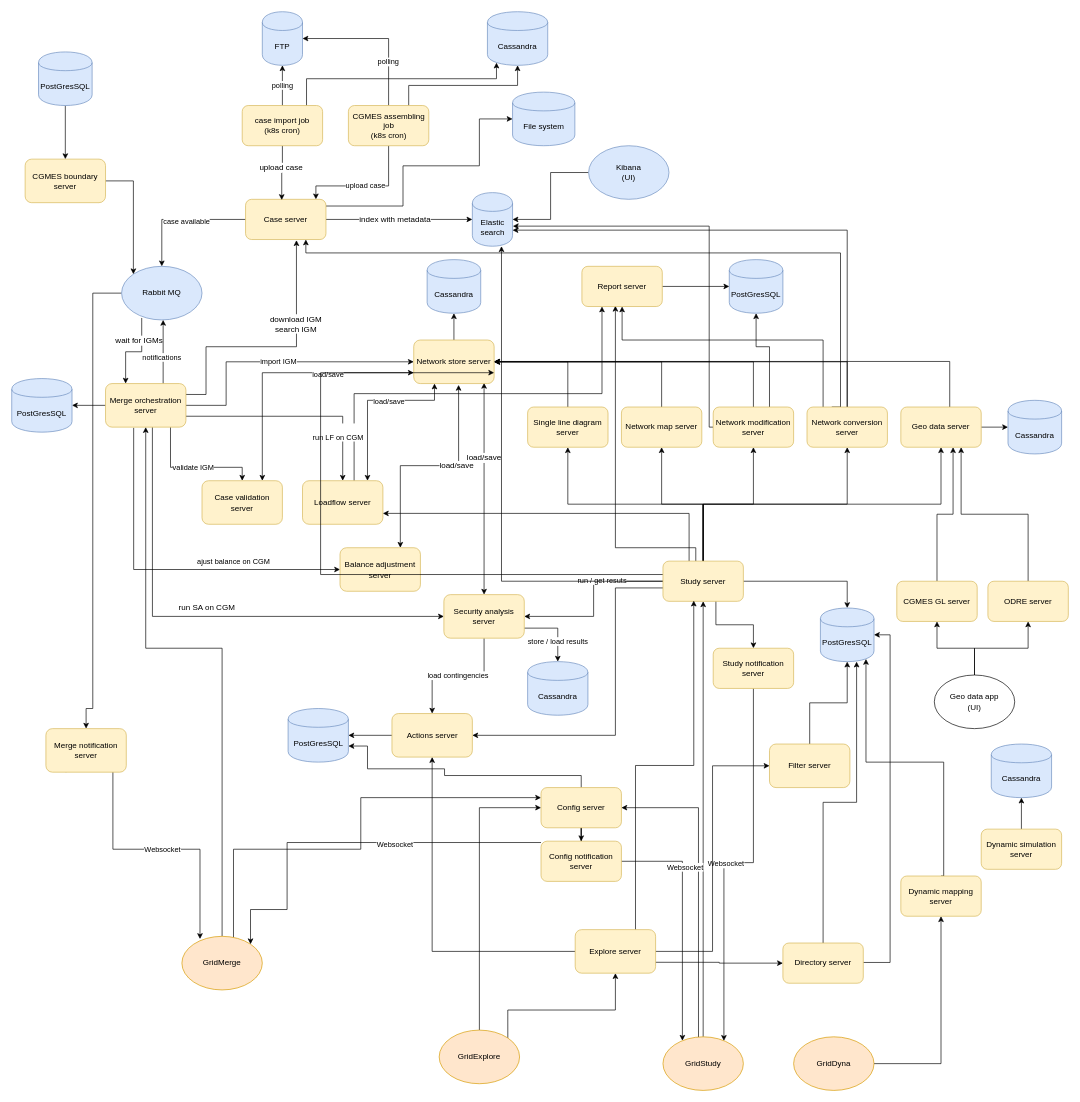
Earlier version of the draw.io diagram diagrams/gridsuite_architecture.drawio (gridsuite/documentation). Source tidied: cells renumbered, new cells numbered last; positions are measured from the earlier drawing's top-left corner, leaving out a move shared by most shapes. Both pictures are drawn from the tidied source at 67%, with x=0, y=0 at pixel (11, 11).
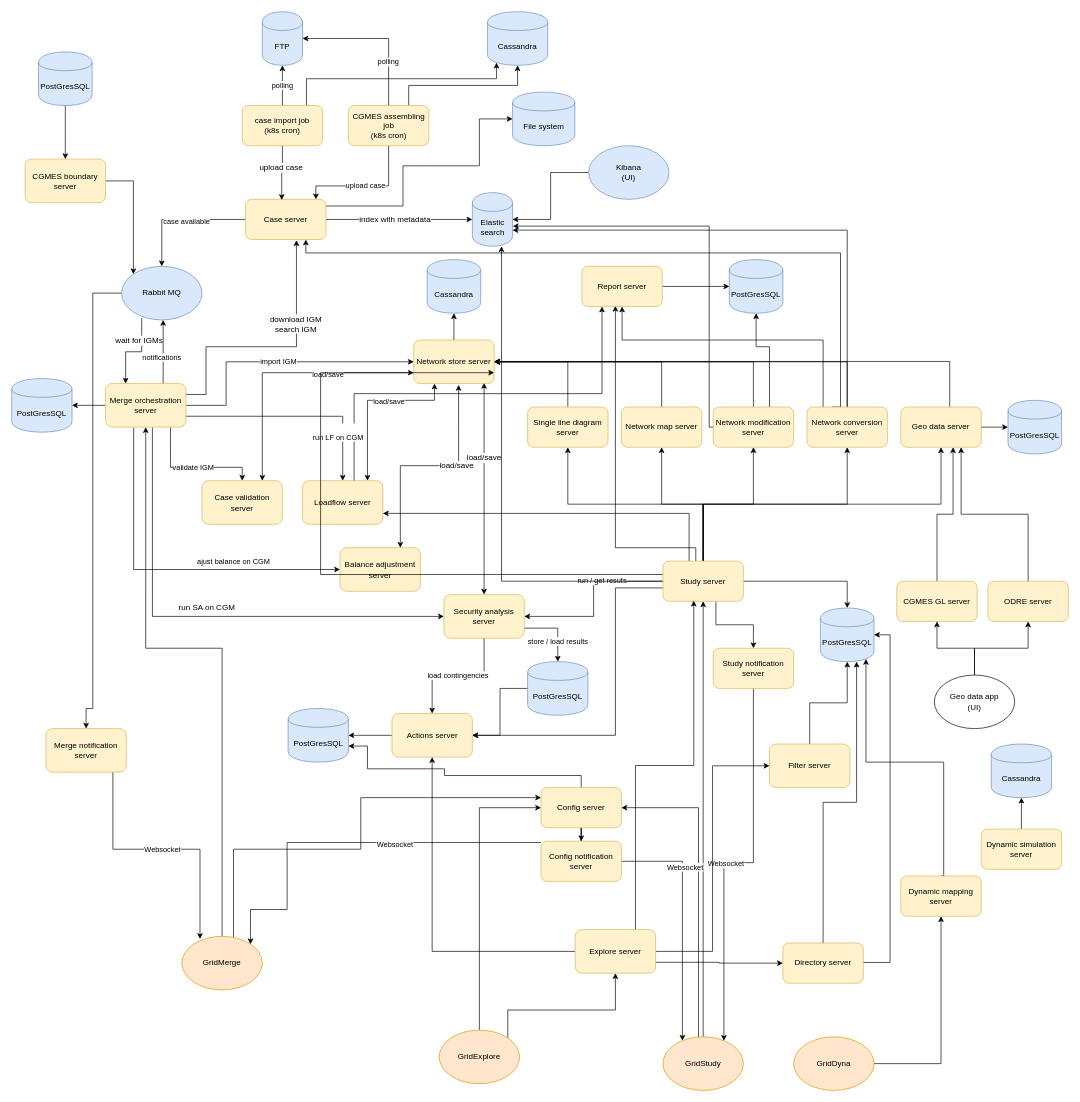
The same diagram, later.

Commit message (it also covers changes not shown here):
update diagram, and security analysis server

Unchanged cells that the change refers to:
```xml
<mxCell id="52" value="Actions server" style="rounded=1;whiteSpace=wrap;html=1;fillColor=#fff2cc;strokeColor=#d6b656;" parent="1" vertex="1">
  <mxGeometry x="567.5" y="1047.5" width="120" height="65" as="geometry" />
</mxCell>
```

Diff of the diagram source:
```diff
@@
-    <mxCell id="95" value="Cassandra" style="shape=cylinder;whiteSpace=wrap;html=1;boundedLbl=1;backgroundOutline=1;fillColor=#dae8fc;strokeColor=#6c8ebf;" parent="1" vertex="1">
+    <mxCell id="95" value="PostGresSQL" style="shape=cylinder;whiteSpace=wrap;html=1;boundedLbl=1;backgroundOutline=1;fillColor=#dae8fc;strokeColor=#6c8ebf;" parent="1" vertex="1">
       <mxGeometry x="1487" y="580" width="80" height="80" as="geometry" />
     </mxCell>
@@
+    <mxCell id="152" style="edgeStyle=orthogonalEdgeStyle;rounded=0;jettySize=auto;html=1;" parent="1" edge="1" source="112" target="52">
+      <mxGeometry relative="1" as="geometry" />
+    </mxCell>
-    <mxCell id="112" value="Cassandra" style="shape=cylinder;whiteSpace=wrap;html=1;boundedLbl=1;backgroundOutline=1;fillColor=#dae8fc;strokeColor=#6c8ebf;" parent="1" vertex="1">
+    <mxCell id="112" value="PostGresSQL" style="shape=cylinder;whiteSpace=wrap;html=1;boundedLbl=1;backgroundOutline=1;fillColor=#dae8fc;strokeColor=#6c8ebf;" parent="1" vertex="1">
       <mxGeometry x="770" y="970" width="90" height="80" as="geometry" />
     </mxCell>
```
